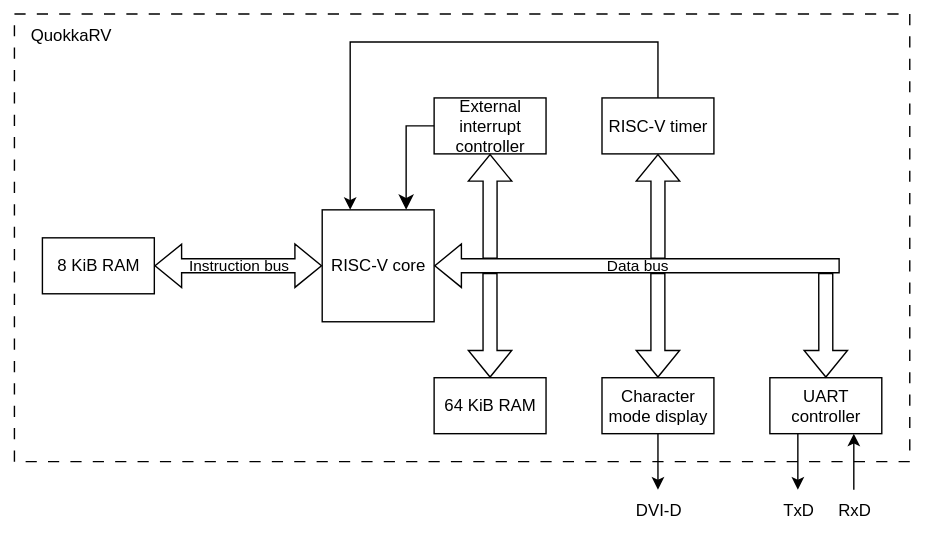
Above: quokkarv.drawio.svg in marmstrong777/QuokkaRISC-V (draw.io), before the change. Source tidied: cells renumbered, new cells last; positions are measured from the earlier drawing's top-left corner, leaving out a move shared by most shapes.
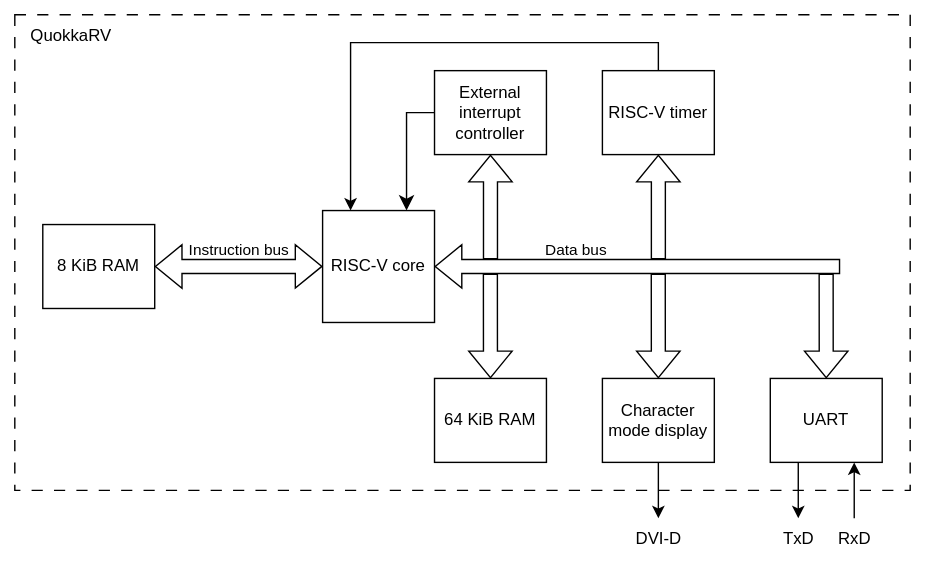
After the commit.

Change to the diagram source:
```diff
@@ -3,7 +3,7 @@
     <mxCell id="0" />
     <mxCell id="1" parent="0" />
     <mxCell id="2" style="rounded=0;whiteSpace=wrap;html=1;dashed=1;dashPattern=8 8;fillColor=none;labelBackgroundColor=none;" parent="1" vertex="1">
-      <mxGeometry width="640" height="320" as="geometry" />
+      <mxGeometry width="640" height="340" as="geometry" />
     </mxCell>
     <mxCell id="3" value="RISC-V core" style="whiteSpace=wrap;html=1;labelBackgroundColor=none;" parent="1" vertex="1">
       <mxGeometry x="220" y="140" width="80" height="80" as="geometry" />
@@ -15,16 +15,18 @@
       </mxGeometry>
     </mxCell>
     <mxCell id="5" value="Instruction bus" style="edgeLabel;html=1;align=center;verticalAlign=middle;labelBackgroundColor=none;" parent="4" vertex="1">
-      <mxGeometry relative="1" as="geometry" />
+      <mxGeometry relative="1" as="geometry">
+        <mxPoint y="-12" as="offset" />
+      </mxGeometry>
     </mxCell>
     <mxCell id="6" value="&lt;div&gt;External interrupt controller&lt;/div&gt;" style="rounded=0;whiteSpace=wrap;html=1;labelBackgroundColor=none;" parent="1" vertex="1">
-      <mxGeometry x="300" y="60" width="80" height="40" as="geometry" />
+      <mxGeometry x="300" y="40" width="80" height="60" as="geometry" />
     </mxCell>
     <mxCell id="7" value="8 KiB RAM" style="rounded=0;whiteSpace=wrap;html=1;labelBackgroundColor=none;" parent="1" vertex="1">
-      <mxGeometry x="20" y="160" width="80" height="40" as="geometry" />
+      <mxGeometry x="20" y="150" width="80" height="60" as="geometry" />
     </mxCell>
     <mxCell id="8" value="64 KiB RAM" style="rounded=0;whiteSpace=wrap;html=1;labelBackgroundColor=none;" parent="1" vertex="1">
-      <mxGeometry x="300" y="260" width="80" height="40" as="geometry" />
+      <mxGeometry x="300" y="260" width="80" height="60" as="geometry" />
     </mxCell>
     <mxCell id="9" style="shape=flexArrow;endArrow=classic;html=1;rounded=0;entryX=0.5;entryY=1;entryDx=0;entryDy=0;labelBackgroundColor=none;fontColor=default;" parent="1" edge="1" target="6">
       <mxGeometry relative="1" as="geometry">
@@ -37,7 +39,7 @@
       </mxGeometry>
     </mxCell>
     <mxCell id="11" value="Character mode display" style="rounded=0;whiteSpace=wrap;html=1;labelBackgroundColor=none;" parent="1" vertex="1">
-      <mxGeometry x="420" y="260" width="80" height="40" as="geometry" />
+      <mxGeometry x="420" y="260" width="80" height="60" as="geometry" />
     </mxCell>
     <mxCell id="12" style="shape=flexArrow;endArrow=classic;html=1;rounded=0;entryX=0.5;entryY=1;entryDx=0;entryDy=0;labelBackgroundColor=none;fontColor=default;" parent="1" edge="1">
       <mxGeometry relative="1" as="geometry">
@@ -52,10 +54,12 @@
       </mxGeometry>
     </mxCell>
     <mxCell id="14" value="Data bus" style="edgeLabel;html=1;align=center;verticalAlign=middle;labelBackgroundColor=none;" parent="13" vertex="1">
-      <mxGeometry relative="1" as="geometry" />
+      <mxGeometry relative="1" as="geometry">
+        <mxPoint x="-45" y="-12" as="offset" />
+      </mxGeometry>
     </mxCell>
     <mxCell id="15" value="RISC-V timer" style="rounded=0;whiteSpace=wrap;html=1;labelBackgroundColor=none;" parent="1" vertex="1">
-      <mxGeometry x="420" y="60" width="80" height="40" as="geometry" />
+      <mxGeometry x="420" y="40" width="80" height="60" as="geometry" />
     </mxCell>
     <mxCell id="16" style="shape=flexArrow;endArrow=classic;html=1;rounded=0;entryX=0.5;entryY=0;entryDx=0;entryDy=0;labelBackgroundColor=none;fontColor=default;" parent="1" edge="1">
       <mxGeometry relative="1" as="geometry">
@@ -66,8 +70,8 @@
     <mxCell id="17" style="edgeStyle=segmentEdgeStyle;endArrow=classic;html=1;curved=0;rounded=0;endSize=8;startSize=8;exitX=0;exitY=0.5;exitDx=0;exitDy=0;entryX=0.75;entryY=0;entryDx=0;entryDy=0;labelBackgroundColor=none;fontColor=default;" parent="1" edge="1" source="6" target="3">
       <mxGeometry relative="1" as="geometry" />
     </mxCell>
-    <mxCell id="18" value="UART controller" style="rounded=0;whiteSpace=wrap;html=1;labelBackgroundColor=none;" parent="1" vertex="1">
-      <mxGeometry x="540" y="260" width="80" height="40" as="geometry" />
+    <mxCell id="18" value="UART" style="rounded=0;whiteSpace=wrap;html=1;labelBackgroundColor=none;" parent="1" vertex="1">
+      <mxGeometry x="540" y="260" width="80" height="60" as="geometry" />
     </mxCell>
     <mxCell id="19" style="shape=flexArrow;endArrow=classic;html=1;rounded=0;entryX=0.5;entryY=0;entryDx=0;entryDy=0;labelBackgroundColor=none;fontColor=default;" parent="1" edge="1">
       <mxGeometry relative="1" as="geometry">
@@ -77,13 +81,13 @@
     </mxCell>
     <mxCell id="20" style="endArrow=classic;html=1;rounded=0;labelBackgroundColor=none;fontColor=default;" parent="1" edge="1">
       <mxGeometry relative="1" as="geometry">
-        <mxPoint x="460" y="300" as="sourcePoint" />
-        <mxPoint x="460" y="340" as="targetPoint" />
+        <mxPoint x="460" y="320" as="sourcePoint" />
+        <mxPoint x="460" y="360" as="targetPoint" />
       </mxGeometry>
     </mxCell>
     <mxCell id="21" style="endArrow=classic;html=1;rounded=0;entryX=0.25;entryY=0;entryDx=0;entryDy=0;labelBackgroundColor=none;fontColor=default;" parent="1" edge="1" target="3">
       <mxGeometry relative="1" as="geometry">
-        <mxPoint x="460" y="60" as="sourcePoint" />
+        <mxPoint x="460" y="40" as="sourcePoint" />
         <Array as="points">
           <mxPoint x="460" y="20" />
           <mxPoint x="240" y="20" />
@@ -92,23 +96,24 @@
     </mxCell>
     <mxCell id="22" style="endArrow=classic;html=1;rounded=0;labelBackgroundColor=none;fontColor=default;" parent="1" edge="1">
       <mxGeometry relative="1" as="geometry">
-        <mxPoint x="560" y="300" as="sourcePoint" />
-        <mxPoint x="560" y="340" as="targetPoint" />
+        <mxPoint x="560" y="320" as="sourcePoint" />
+        <mxPoint x="560" y="360" as="targetPoint" />
       </mxGeometry>
     </mxCell>
-    <mxCell id="23" style="endArrow=classic;html=1;rounded=0;entryX=0.75;entryY=1;entryDx=0;entryDy=0;labelBackgroundColor=none;fontColor=default;" parent="1" edge="1" target="18">
+    <mxCell id="23" style="endArrow=classic;html=1;rounded=0;entryX=0.75;entryY=1;entryDx=0;entryDy=0;labelBackgroundColor=none;fontColor=default;" parent="1" edge="1">
       <mxGeometry relative="1" as="geometry">
-        <mxPoint x="600" y="340" as="sourcePoint" />
+        <mxPoint x="600" y="360" as="sourcePoint" />
+        <mxPoint x="600" y="320" as="targetPoint" />
       </mxGeometry>
     </mxCell>
     <mxCell id="24" value="DVI-D" style="text;html=1;align=center;verticalAlign=middle;strokeColor=none;fillColor=none;labelBackgroundColor=none;" parent="1" vertex="1">
-      <mxGeometry x="430" y="340" width="60" height="30" as="geometry" />
+      <mxGeometry x="430" y="360" width="60" height="30" as="geometry" />
     </mxCell>
     <mxCell id="25" value="TxD" style="text;html=1;align=center;verticalAlign=middle;strokeColor=none;fillColor=none;labelBackgroundColor=none;" parent="1" vertex="1">
-      <mxGeometry x="535" y="340" width="50" height="30" as="geometry" />
+      <mxGeometry x="535" y="360" width="50" height="30" as="geometry" />
     </mxCell>
     <mxCell id="26" value="RxD" style="text;html=1;align=center;verticalAlign=middle;strokeColor=none;fillColor=none;labelBackgroundColor=none;" parent="1" vertex="1">
-      <mxGeometry x="575" y="340" width="50" height="30" as="geometry" />
+      <mxGeometry x="575" y="360" width="50" height="30" as="geometry" />
     </mxCell>
     <mxCell id="27" value="QuokkaRV" style="text;html=1;align=center;verticalAlign=middle;strokeColor=none;fillColor=none;" parent="1" vertex="1">
       <mxGeometry width="80" height="30" as="geometry" />
```
